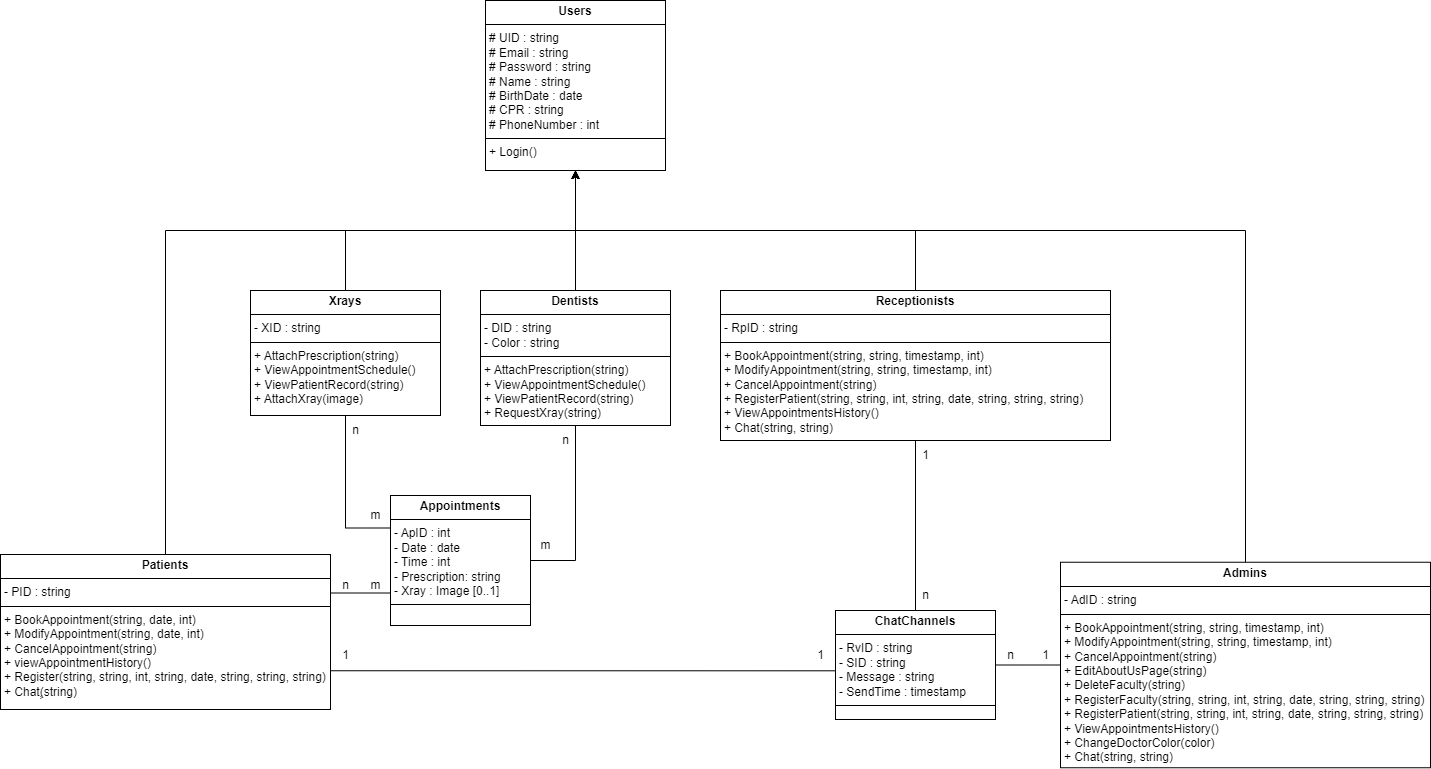
Before: Design/Class Diagram.png, a diagram exported from draw.io (MohamedIsa/Dental-Clinic-System). Source tidied: cells renumbered, new cells last; positions are measured from the earlier drawing's top-left corner, leaving out a move shared by most shapes.
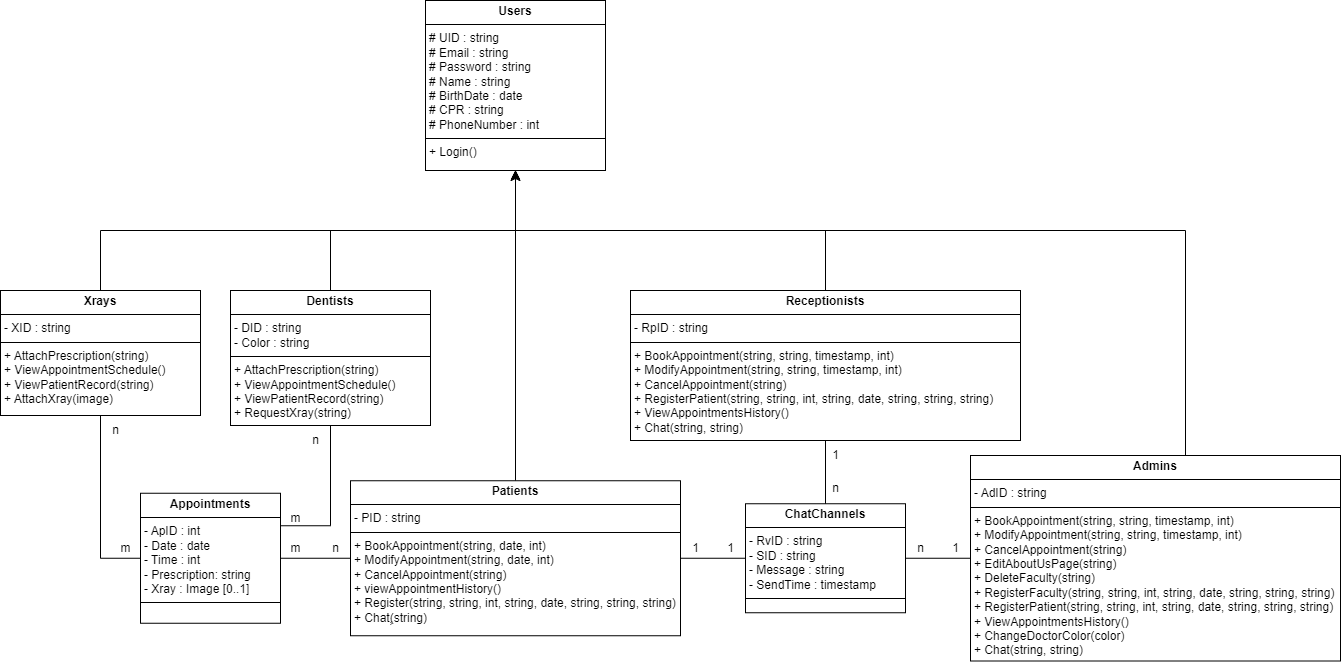
The same file after the commit.

What changed in the source:
```diff
@@ -3,21 +3,24 @@
     <mxCell id="0" />
     <mxCell id="1" parent="0" />
     <mxCell id="2" style="edgeStyle=orthogonalEdgeStyle;rounded=0;jettySize=auto;html=1;entryX=0.5;entryY=1;entryDx=0;entryDy=0;exitX=0.5;exitY=0;exitDx=0;exitDy=0;" parent="1" edge="1" source="3" target="6">
-      <mxGeometry relative="1" as="geometry" />
+      <mxGeometry relative="1" as="geometry">
+        <Array as="points">
+          <mxPoint x="390" y="230" />
+          <mxPoint x="575" y="230" />
+        </Array>
+      </mxGeometry>
     </mxCell>
     <mxCell id="3" value="&lt;p style=&quot;margin:0px;margin-top:4px;text-align:center;&quot;&gt;&lt;b&gt;Dentists&lt;/b&gt;&lt;/p&gt;&lt;hr size=&quot;1&quot; style=&quot;border-style:solid;&quot;&gt;&lt;p style=&quot;margin:0px;margin-left:4px;&quot;&gt;- DID : string&lt;/p&gt;&lt;p style=&quot;margin:0px;margin-left:4px;&quot;&gt;- Color : string&lt;/p&gt;&lt;hr size=&quot;1&quot; style=&quot;border-style:solid;&quot;&gt;&lt;p style=&quot;margin:0px;margin-left:4px;&quot;&gt;&lt;span style=&quot;background-color: initial;&quot;&gt;+ AttachPrescription(string)&lt;/span&gt;&lt;br&gt;&lt;/p&gt;&lt;p style=&quot;margin:0px;margin-left:4px;&quot;&gt;+ ViewAppointmentSchedule()&lt;/p&gt;&lt;p style=&quot;margin:0px;margin-left:4px;&quot;&gt;+ ViewPatientRecord(string)&lt;/p&gt;&lt;p style=&quot;margin:0px;margin-left:4px;&quot;&gt;+ RequestXray(string)&lt;/p&gt;&lt;p style=&quot;margin:0px;margin-left:4px;&quot;&gt;&lt;br&gt;&lt;/p&gt;" style="verticalAlign=top;align=left;overflow=fill;html=1;whiteSpace=wrap;" parent="1" vertex="1">
-      <mxGeometry x="480" y="290" width="190" height="135" as="geometry" />
+      <mxGeometry x="290" y="290" width="200" height="135" as="geometry" />
     </mxCell>
-    <mxCell id="4" style="edgeStyle=orthogonalEdgeStyle;rounded=0;jettySize=auto;html=1;entryX=0.5;entryY=1;entryDx=0;entryDy=0;exitX=0.5;exitY=0;exitDx=0;exitDy=0;" parent="1" edge="1" source="5" target="6">
-      <mxGeometry relative="1" as="geometry">
-        <Array as="points">
-          <mxPoint x="165" y="230" />
-          <mxPoint x="575" y="230" />
-        </Array>
-      </mxGeometry>
+    <mxCell id="4" style="edgeStyle=none;curved=1;rounded=0;jettySize=auto;html=1;exitX=0.5;exitY=0;exitDx=0;exitDy=0;entryX=0.5;entryY=1;entryDx=0;entryDy=0;fontSize=12;startSize=8;endSize=8;" parent="1" edge="1" source="5" target="6">
+      <mxGeometry relative="1" as="geometry" />
     </mxCell>
+    <mxCell id="15" style="edgeStyle=none;curved=1;rounded=0;jettySize=auto;html=1;exitX=0;exitY=0.5;exitDx=0;exitDy=0;fontSize=12;startSize=8;endSize=8;entryX=1;entryY=0.5;entryDx=0;entryDy=0;endArrow=none;endFill=0;" parent="1" edge="1" source="5" target="9">
+      <mxGeometry relative="1" as="geometry" />
+    </mxCell>
     <mxCell id="5" value="&lt;p style=&quot;margin:0px;margin-top:4px;text-align:center;&quot;&gt;&lt;b&gt;Patients&lt;/b&gt;&lt;br&gt;&lt;/p&gt;&lt;hr size=&quot;1&quot; style=&quot;border-style:solid;&quot;&gt;&lt;p style=&quot;margin:0px;margin-left:4px;&quot;&gt;- PID : string&lt;br&gt;&lt;/p&gt;&lt;hr size=&quot;1&quot; style=&quot;border-style:solid;&quot;&gt;&lt;p style=&quot;margin:0px;margin-left:4px;&quot;&gt;+ BookAppointment(string, date, int)&lt;span style=&quot;background-color: initial;&quot;&gt;&lt;br&gt;&lt;/span&gt;&lt;/p&gt;&lt;p style=&quot;margin:0px;margin-left:4px;&quot;&gt;+ ModifyAppointment(string, date, int)&lt;/p&gt;&lt;p style=&quot;margin:0px;margin-left:4px;&quot;&gt;&lt;span style=&quot;background-color: initial;&quot;&gt;+ CancelAppointment(string)&lt;/span&gt;&lt;br&gt;&lt;/p&gt;&lt;p style=&quot;margin:0px;margin-left:4px;&quot;&gt;+ viewAppointmentHistory()&lt;span style=&quot;background-color: initial;&quot;&gt;&lt;br&gt;&lt;/span&gt;&lt;/p&gt;&lt;p style=&quot;margin:0px;margin-left:4px;&quot;&gt;+ Register(&lt;span style=&quot;background-color: initial;&quot;&gt;string, string, int, string, date, string, string, string&lt;/span&gt;&lt;span style=&quot;background-color: initial;&quot;&gt;)&lt;/span&gt;&lt;/p&gt;&lt;p style=&quot;margin:0px;margin-left:4px;&quot;&gt;+ Chat(ٍstring)&lt;span style=&quot;background-color: initial;&quot;&gt;&lt;br&gt;&lt;/span&gt;&lt;/p&gt;&lt;p style=&quot;margin:0px;margin-left:4px;&quot;&gt;&lt;span style=&quot;background-color: initial;&quot;&gt;&lt;br&gt;&lt;/span&gt;&lt;/p&gt;" style="verticalAlign=top;align=left;overflow=fill;html=1;whiteSpace=wrap;" parent="1" vertex="1">
-      <mxGeometry y="554" width="330" height="155" as="geometry" />
+      <mxGeometry x="410" y="480.2" width="330" height="155" as="geometry" />
     </mxCell>
     <mxCell id="6" value="&lt;p style=&quot;margin:0px;margin-top:4px;text-align:center;&quot;&gt;&lt;b&gt;Users&lt;/b&gt;&lt;/p&gt;&lt;hr size=&quot;1&quot; style=&quot;border-style:solid;&quot;&gt;&lt;p style=&quot;margin:0px;margin-left:4px;&quot;&gt;# UID : string&lt;/p&gt;&lt;p style=&quot;margin:0px;margin-left:4px;&quot;&gt;# Email : string&lt;/p&gt;&lt;p style=&quot;margin:0px;margin-left:4px;&quot;&gt;# Password : string&lt;/p&gt;&lt;p style=&quot;margin:0px;margin-left:4px;&quot;&gt;# Name : string&lt;/p&gt;&lt;p style=&quot;margin:0px;margin-left:4px;&quot;&gt;# BirthDate : date&lt;/p&gt;&lt;p style=&quot;margin:0px;margin-left:4px;&quot;&gt;# CPR : string&lt;/p&gt;&lt;p style=&quot;margin:0px;margin-left:4px;&quot;&gt;# PhoneNumber : int&lt;/p&gt;&lt;hr size=&quot;1&quot; style=&quot;border-style:solid;&quot;&gt;&lt;p style=&quot;margin:0px;margin-left:4px;&quot;&gt;&lt;span style=&quot;background-color: initial;&quot;&gt;+ Login()&lt;/span&gt;&lt;br&gt;&lt;/p&gt;" style="verticalAlign=top;align=left;overflow=fill;html=1;whiteSpace=wrap;" parent="1" vertex="1">
       <mxGeometry x="485" width="180" height="170" as="geometry" />
@@ -31,10 +34,10 @@
       </mxGeometry>
     </mxCell>
     <mxCell id="8" value="&lt;p style=&quot;margin:0px;margin-top:4px;text-align:center;&quot;&gt;&lt;b&gt;Admins&lt;/b&gt;&lt;br&gt;&lt;/p&gt;&lt;hr size=&quot;1&quot; style=&quot;border-style:solid;&quot;&gt;&lt;p style=&quot;margin: 0px 0px 0px 4px;&quot;&gt;- AdID : string&lt;br&gt;&lt;/p&gt;&lt;hr size=&quot;1&quot; style=&quot;border-style:solid;&quot;&gt;&lt;p style=&quot;margin: 0px 0px 0px 4px;&quot;&gt;+ BookAppointment(string, string, timestamp, int)&lt;span style=&quot;background-color: initial;&quot;&gt;&lt;br&gt;&lt;/span&gt;&lt;/p&gt;&lt;p style=&quot;margin: 0px 0px 0px 4px;&quot;&gt;+ ModifyAppointment(&lt;span style=&quot;background-color: initial;&quot;&gt;string, string, timestamp, int&lt;/span&gt;&lt;span style=&quot;background-color: initial;&quot;&gt;)&lt;/span&gt;&lt;/p&gt;&lt;p style=&quot;margin: 0px 0px 0px 4px;&quot;&gt;&lt;span style=&quot;background-color: initial;&quot;&gt;+ CancelAppointment(string)&lt;/span&gt;&lt;/p&gt;&lt;p style=&quot;margin:0px;margin-left:4px;&quot;&gt;+ EditAboutUsPage(string)&lt;/p&gt;&lt;p style=&quot;margin:0px;margin-left:4px;&quot;&gt;+ DeleteFaculty(string)&lt;/p&gt;&lt;p style=&quot;margin:0px;margin-left:4px;&quot;&gt;+ RegisterFaculty(&lt;span style=&quot;background-color: initial;&quot;&gt;string, string, int, string, date, string, string, string&lt;/span&gt;&lt;span style=&quot;background-color: initial;&quot;&gt;)&lt;/span&gt;&lt;/p&gt;&lt;p style=&quot;margin:0px;margin-left:4px;&quot;&gt;+ RegisterPatient(&lt;span style=&quot;background-color: initial;&quot;&gt;string, string, int, string, date, string, string, string&lt;/span&gt;&lt;span style=&quot;background-color: initial;&quot;&gt;)&lt;/span&gt;&lt;/p&gt;&lt;p style=&quot;margin:0px;margin-left:4px;&quot;&gt;+ ViewAppointmentsHistory()&lt;/p&gt;&lt;p style=&quot;margin:0px;margin-left:4px;&quot;&gt;+ ChangeDoctorColor(color)&lt;/p&gt;&lt;p style=&quot;margin:0px;margin-left:4px;&quot;&gt;+ Chat(string, string)&lt;/p&gt;" style="verticalAlign=top;align=left;overflow=fill;html=1;whiteSpace=wrap;" parent="1" vertex="1">
-      <mxGeometry x="1060" y="561.8" width="370" height="205.5" as="geometry" />
+      <mxGeometry x="1030" y="455" width="370" height="205.5" as="geometry" />
     </mxCell>
     <mxCell id="9" value="&lt;p style=&quot;margin:0px;margin-top:4px;text-align:center;&quot;&gt;&lt;b&gt;Appointments&lt;/b&gt;&lt;/p&gt;&lt;hr size=&quot;1&quot; style=&quot;border-style:solid;&quot;&gt;&lt;p style=&quot;margin:0px;margin-left:4px;&quot;&gt;- ApID : int&lt;/p&gt;&lt;p style=&quot;margin:0px;margin-left:4px;&quot;&gt;- Date : date&lt;/p&gt;&lt;p style=&quot;margin:0px;margin-left:4px;&quot;&gt;- Time : int&lt;/p&gt;&lt;p style=&quot;margin: 0px 0px 0px 4px;&quot;&gt;- Prescription: string&lt;/p&gt;&lt;p style=&quot;margin: 0px 0px 0px 4px;&quot;&gt;&lt;span style=&quot;background-color: initial;&quot;&gt;- Xray : Image [0..1]&lt;/span&gt;&lt;/p&gt;&lt;hr size=&quot;1&quot; style=&quot;border-style:solid;&quot;&gt;&lt;p style=&quot;margin:0px;margin-left:4px;&quot;&gt;&lt;br&gt;&lt;/p&gt;" style="verticalAlign=top;align=left;overflow=fill;html=1;whiteSpace=wrap;" parent="1" vertex="1">
-      <mxGeometry x="390" y="495" width="140" height="130" as="geometry" />
+      <mxGeometry x="200" y="492.8" width="140" height="130" as="geometry" />
     </mxCell>
     <mxCell id="10" style="edgeStyle=orthogonalEdgeStyle;rounded=0;jettySize=auto;html=1;exitX=0.5;exitY=0;exitDx=0;exitDy=0;entryX=0.5;entryY=1;entryDx=0;entryDy=0;" parent="1" edge="1" source="11" target="6">
       <mxGeometry relative="1" as="geometry">
@@ -45,83 +48,72 @@
       </mxGeometry>
     </mxCell>
     <mxCell id="11" value="&lt;p style=&quot;margin:0px;margin-top:4px;text-align:center;&quot;&gt;&lt;b&gt;Receptionists&lt;/b&gt;&lt;br&gt;&lt;/p&gt;&lt;hr size=&quot;1&quot; style=&quot;border-style:solid;&quot;&gt;&lt;p style=&quot;margin: 0px 0px 0px 4px;&quot;&gt;- RpID : string&lt;br&gt;&lt;/p&gt;&lt;hr size=&quot;1&quot; style=&quot;border-style:solid;&quot;&gt;&lt;p style=&quot;margin: 0px 0px 0px 4px;&quot;&gt;+ BookAppointment(string, string, timestamp, int)&lt;span style=&quot;background-color: initial;&quot;&gt;&lt;br&gt;&lt;/span&gt;&lt;/p&gt;&lt;p style=&quot;margin: 0px 0px 0px 4px;&quot;&gt;+ ModifyAppointment(&lt;span style=&quot;background-color: initial;&quot;&gt;string, string, timestamp, int&lt;/span&gt;&lt;span style=&quot;background-color: initial;&quot;&gt;)&lt;/span&gt;&lt;/p&gt;&lt;p style=&quot;margin: 0px 0px 0px 4px;&quot;&gt;&lt;span style=&quot;background-color: initial;&quot;&gt;+ CancelAppointment(string)&lt;/span&gt;&lt;/p&gt;&lt;p style=&quot;margin: 0px 0px 0px 4px;&quot;&gt;+ RegisterPatient(string, string, int, string, date, string, string, string)&lt;br&gt;&lt;/p&gt;&lt;p style=&quot;margin: 0px 0px 0px 4px;&quot;&gt;+ ViewAppointmentsHistory()&lt;br&gt;&lt;/p&gt;&lt;p style=&quot;margin: 0px 0px 0px 4px;&quot;&gt;+ Chat(string, string)&lt;/p&gt;" style="verticalAlign=top;align=left;overflow=fill;html=1;whiteSpace=wrap;" parent="1" vertex="1">
-      <mxGeometry x="720" y="290" width="390" height="150" as="geometry" />
+      <mxGeometry x="690" y="290" width="390" height="150" as="geometry" />
     </mxCell>
     <mxCell id="12" value="&lt;p style=&quot;margin:0px;margin-top:4px;text-align:center;&quot;&gt;&lt;b&gt;ChatChannels&lt;/b&gt;&lt;/p&gt;&lt;hr size=&quot;1&quot; style=&quot;border-style:solid;&quot;&gt;&lt;p style=&quot;margin:0px;margin-left:4px;&quot;&gt;- RvID : string&lt;/p&gt;&lt;p style=&quot;margin:0px;margin-left:4px;&quot;&gt;- SID : string&lt;br&gt;&lt;/p&gt;&lt;p style=&quot;margin:0px;margin-left:4px;&quot;&gt;- Message : string&lt;/p&gt;&lt;p style=&quot;margin:0px;margin-left:4px;&quot;&gt;- SendTime : timestamp&lt;/p&gt;&lt;hr size=&quot;1&quot; style=&quot;border-style:solid;&quot;&gt;&lt;p style=&quot;margin:0px;margin-left:4px;&quot;&gt;&lt;br&gt;&lt;/p&gt;&lt;p style=&quot;margin:0px;margin-left:4px;&quot;&gt;&lt;br&gt;&lt;/p&gt;" style="verticalAlign=top;align=left;overflow=fill;html=1;whiteSpace=wrap;" parent="1" vertex="1">
-      <mxGeometry x="835" y="610" width="160" height="109" as="geometry" />
+      <mxGeometry x="805" y="503.2" width="160" height="109" as="geometry" />
     </mxCell>
     <mxCell id="13" style="edgeStyle=orthogonalEdgeStyle;rounded=0;jettySize=auto;html=1;entryX=0.5;entryY=1;entryDx=0;entryDy=0;exitX=0.5;exitY=0;exitDx=0;exitDy=0;" parent="1" edge="1" source="14" target="6">
       <mxGeometry relative="1" as="geometry">
         <Array as="points">
-          <mxPoint x="345" y="230" />
+          <mxPoint x="160" y="230" />
           <mxPoint x="575" y="230" />
         </Array>
       </mxGeometry>
     </mxCell>
     <mxCell id="14" value="&lt;p style=&quot;margin:0px;margin-top:4px;text-align:center;&quot;&gt;&lt;b&gt;Xrays&lt;/b&gt;&lt;/p&gt;&lt;hr size=&quot;1&quot; style=&quot;border-style:solid;&quot;&gt;&lt;p style=&quot;margin:0px;margin-left:4px;&quot;&gt;- XID : string&lt;br&gt;&lt;/p&gt;&lt;hr size=&quot;1&quot; style=&quot;border-style:solid;&quot;&gt;&lt;p style=&quot;margin: 0px 0px 0px 4px;&quot;&gt;&lt;span style=&quot;background-color: initial;&quot;&gt;+ AttachPrescription(string)&lt;/span&gt;&lt;br&gt;&lt;/p&gt;&lt;p style=&quot;margin: 0px 0px 0px 4px;&quot;&gt;+ ViewAppointmentSchedule()&lt;/p&gt;&lt;p style=&quot;margin: 0px 0px 0px 4px;&quot;&gt;+ ViewPatientRecord(string)&lt;/p&gt;&lt;p style=&quot;margin: 0px 0px 0px 4px;&quot;&gt;+ AttachXray(image)&lt;/p&gt;&lt;p style=&quot;margin:0px;margin-left:4px;&quot;&gt;&lt;br&gt;&lt;/p&gt;" style="verticalAlign=top;align=left;overflow=fill;html=1;whiteSpace=wrap;" parent="1" vertex="1">
-      <mxGeometry x="250" y="290" width="190" height="125" as="geometry" />
+      <mxGeometry x="60" y="290" width="200" height="125" as="geometry" />
     </mxCell>
-    <mxCell id="15" style="endArrow=none;html=1;rounded=0;edgeStyle=orthogonalEdgeStyle;entryX=0;entryY=0.75;entryDx=0;entryDy=0;exitX=1;exitY=0.25;exitDx=0;exitDy=0;" parent="1" edge="1" source="5" target="9">
-      <mxGeometry relative="1" as="geometry">
-        <Array as="points">
-          <mxPoint x="390" y="593" />
-        </Array>
-      </mxGeometry>
-    </mxCell>
     <mxCell id="16" value="n" style="text;html=1;align=center;verticalAlign=middle;strokeColor=none;fillColor=none;" parent="1" vertex="1">
-      <mxGeometry x="330" y="570" width="30" height="30" as="geometry" />
+      <mxGeometry x="380" y="533.2" width="30" height="30" as="geometry" />
     </mxCell>
-    <mxCell id="17" value="m" style="text;html=1;align=center;verticalAlign=middle;strokeColor=none;fillColor=none;" parent="1" vertex="1">
-      <mxGeometry x="360" y="570" width="30" height="30" as="geometry" />
-    </mxCell>
-    <mxCell id="18" style="endArrow=none;html=1;rounded=0;exitX=1;exitY=0.75;exitDx=0;exitDy=0;entryX=0;entryY=0.5;entryDx=0;entryDy=0;edgeStyle=orthogonalEdgeStyle;" parent="1" edge="1" source="5" target="12">
-      <mxGeometry relative="1" as="geometry">
-        <Array as="points">
-          <mxPoint x="835" y="670" />
-        </Array>
-      </mxGeometry>
+    <mxCell id="18" style="endArrow=none;html=1;rounded=0;entryX=0;entryY=0.5;entryDx=0;entryDy=0;edgeStyle=orthogonalEdgeStyle;exitX=1;exitY=0.5;exitDx=0;exitDy=0;" parent="1" edge="1" source="5" target="12">
+      <mxGeometry relative="1" as="geometry" />
     </mxCell>
     <mxCell id="19" value="1" style="text;html=1;align=center;verticalAlign=middle;strokeColor=none;fillColor=none;" parent="1" vertex="1">
-      <mxGeometry x="330" y="640" width="30" height="30" as="geometry" />
+      <mxGeometry x="740" y="533.2" width="30" height="30" as="geometry" />
     </mxCell>
     <mxCell id="20" value="1" style="text;html=1;align=center;verticalAlign=middle;strokeColor=none;fillColor=none;" parent="1" vertex="1">
-      <mxGeometry x="805" y="640" width="30" height="30" as="geometry" />
+      <mxGeometry x="775" y="533.2" width="30" height="30" as="geometry" />
     </mxCell>
     <mxCell id="21" style="endArrow=none;html=1;rounded=0;exitX=0.5;exitY=1;exitDx=0;exitDy=0;entryX=0.5;entryY=0;entryDx=0;entryDy=0;edgeStyle=orthogonalEdgeStyle;" parent="1" edge="1" source="11" target="12">
       <mxGeometry relative="1" as="geometry" />
     </mxCell>
     <mxCell id="22" value="n" style="text;html=1;align=center;verticalAlign=middle;strokeColor=none;fillColor=none;" parent="1" vertex="1">
-      <mxGeometry x="910" y="580" width="30" height="30" as="geometry" />
+      <mxGeometry x="880" y="473.2" width="30" height="30" as="geometry" />
     </mxCell>
     <mxCell id="23" value="1" style="text;html=1;align=center;verticalAlign=middle;strokeColor=none;fillColor=none;" parent="1" vertex="1">
-      <mxGeometry x="910" y="440" width="30" height="30" as="geometry" />
+      <mxGeometry x="880" y="440" width="30" height="30" as="geometry" />
     </mxCell>
     <mxCell id="24" style="endArrow=none;html=1;rounded=0;entryX=1;entryY=0.5;entryDx=0;entryDy=0;edgeStyle=orthogonalEdgeStyle;exitX=0;exitY=0.5;exitDx=0;exitDy=0;" parent="1" edge="1" source="8" target="12">
       <mxGeometry relative="1" as="geometry" />
     </mxCell>
     <mxCell id="25" value="n" style="text;html=1;align=center;verticalAlign=middle;strokeColor=none;fillColor=none;" parent="1" vertex="1">
-      <mxGeometry x="995" y="640" width="30" height="30" as="geometry" />
+      <mxGeometry x="965" y="533.2" width="30" height="30" as="geometry" />
     </mxCell>
     <mxCell id="26" value="1" style="text;html=1;align=center;verticalAlign=middle;strokeColor=none;fillColor=none;" parent="1" vertex="1">
-      <mxGeometry x="1030" y="640" width="30" height="30" as="geometry" />
+      <mxGeometry x="1000" y="533.2" width="30" height="30" as="geometry" />
     </mxCell>
-    <mxCell id="27" style="endArrow=none;html=1;rounded=0;exitX=0.5;exitY=1;exitDx=0;exitDy=0;entryX=0;entryY=0.25;entryDx=0;entryDy=0;edgeStyle=orthogonalEdgeStyle;" parent="1" edge="1" source="14" target="9">
+    <mxCell id="27" style="endArrow=none;html=1;rounded=0;exitX=0.5;exitY=1;exitDx=0;exitDy=0;entryX=0;entryY=0.5;entryDx=0;entryDy=0;edgeStyle=orthogonalEdgeStyle;" parent="1" edge="1" source="14" target="9">
       <mxGeometry relative="1" as="geometry" />
     </mxCell>
     <mxCell id="28" value="n" style="text;html=1;align=center;verticalAlign=middle;strokeColor=none;fillColor=none;" parent="1" vertex="1">
-      <mxGeometry x="340" y="415" width="30" height="30" as="geometry" />
+      <mxGeometry x="160" y="415" width="30" height="30" as="geometry" />
     </mxCell>
     <mxCell id="29" value="m" style="text;html=1;align=center;verticalAlign=middle;strokeColor=none;fillColor=none;" parent="1" vertex="1">
-      <mxGeometry x="360" y="500" width="30" height="30" as="geometry" />
+      <mxGeometry x="170" y="533.2" width="30" height="30" as="geometry" />
     </mxCell>
-    <mxCell id="30" style="endArrow=none;html=1;rounded=0;exitX=0.5;exitY=1;exitDx=0;exitDy=0;entryX=1;entryY=0.5;entryDx=0;entryDy=0;edgeStyle=orthogonalEdgeStyle;" parent="1" edge="1" source="3" target="9">
+    <mxCell id="30" style="endArrow=none;html=1;rounded=0;exitX=0.5;exitY=1;exitDx=0;exitDy=0;entryX=1;entryY=0.25;entryDx=0;entryDy=0;edgeStyle=orthogonalEdgeStyle;" parent="1" edge="1" source="3" target="9">
       <mxGeometry relative="1" as="geometry" />
     </mxCell>
     <mxCell id="31" value="m" style="text;html=1;align=center;verticalAlign=middle;strokeColor=none;fillColor=none;" parent="1" vertex="1">
-      <mxGeometry x="530" y="530" width="30" height="30" as="geometry" />
+      <mxGeometry x="340" y="503.2" width="30" height="30" as="geometry" />
     </mxCell>
     <mxCell id="32" value="n" style="text;html=1;align=center;verticalAlign=middle;strokeColor=none;fillColor=none;" parent="1" vertex="1">
-      <mxGeometry x="550" y="425" width="30" height="30" as="geometry" />
+      <mxGeometry x="360" y="425" width="30" height="30" as="geometry" />
     </mxCell>
+    <mxCell id="17" value="m" style="text;html=1;align=center;verticalAlign=middle;strokeColor=none;fillColor=none;" parent="1" vertex="1">
+      <mxGeometry x="340" y="533.2" width="30" height="30" as="geometry" />
+    </mxCell>
   </root>
 </mxGraphModel>
```
